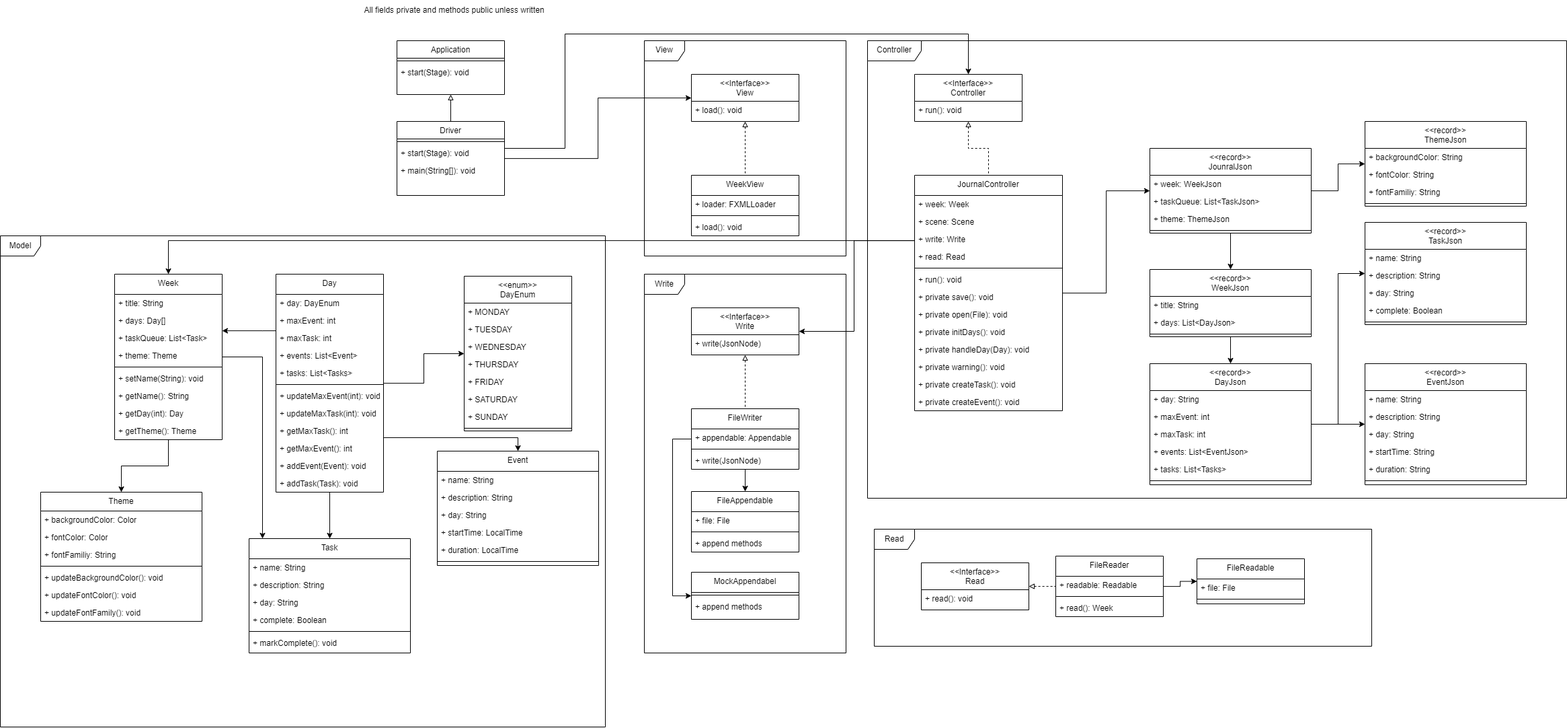
Earlier version of the draw.io export UML.png (akuatbekov23/BulletJournalApp). Source tidied: cells renumbered, new cells last; positions are measured from the earlier drawing's top-left corner, leaving out a move shared by most shapes.
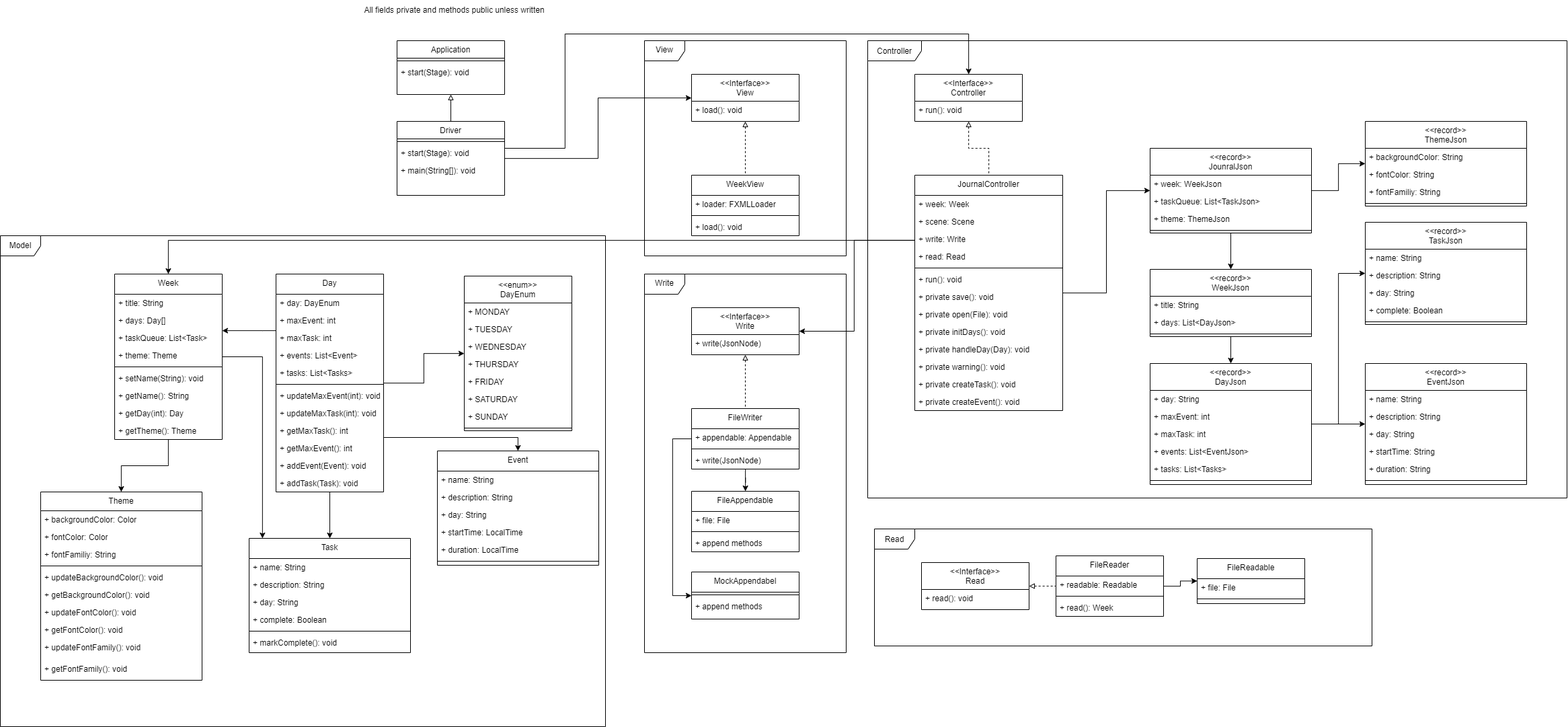
The same file after the commit.

Commit message:
UML Diagram

Diff of the diagram source:
```diff
@@ -530,7 +530,7 @@
       <mxGeometry y="56" width="160" height="8" as="geometry" />
     </mxCell>
     <mxCell id="164" value="Theme" style="swimlane;fontStyle=0;align=center;verticalAlign=top;horizontal=1;startSize=28;rounded=0;shadow=0;strokeWidth=1;" parent="1" vertex="1">
-      <mxGeometry x="60" y="731" width="240" height="192" as="geometry" />
+      <mxGeometry x="60" y="731" width="240" height="280" as="geometry" />
     </mxCell>
     <mxCell id="165" value="+ backgroundColor: Color" style="text;strokeColor=none;fillColor=none;align=left;verticalAlign=top;spacingLeft=4;spacingRight=4;overflow=hidden;whiteSpace=wrap;html=1;" parent="164" vertex="1">
       <mxGeometry y="28" width="240" height="26" as="geometry" />
@@ -547,11 +547,20 @@
     <mxCell id="169" value="+ updateBackgroundColor(): void" style="text;strokeColor=none;fillColor=none;align=left;verticalAlign=top;spacingLeft=4;spacingRight=4;overflow=hidden;whiteSpace=wrap;html=1;" parent="164" vertex="1">
       <mxGeometry y="114" width="240" height="26" as="geometry" />
     </mxCell>
+    <mxCell id="172" value="+ getBackgroundColor(): void" style="text;strokeColor=none;fillColor=none;align=left;verticalAlign=top;spacingLeft=4;spacingRight=4;overflow=hidden;whiteSpace=wrap;html=1;" parent="164" vertex="1">
+      <mxGeometry y="140" width="240" height="26" as="geometry" />
+    </mxCell>
     <mxCell id="170" value="+ updateFontColor(): void" style="text;strokeColor=none;fillColor=none;align=left;verticalAlign=top;spacingLeft=4;spacingRight=4;overflow=hidden;whiteSpace=wrap;html=1;" parent="164" vertex="1">
-      <mxGeometry y="140" width="240" height="26" as="geometry" />
+      <mxGeometry y="166" width="240" height="26" as="geometry" />
     </mxCell>
+    <mxCell id="173" value="+ getFontColor(): void" style="text;strokeColor=none;fillColor=none;align=left;verticalAlign=top;spacingLeft=4;spacingRight=4;overflow=hidden;whiteSpace=wrap;html=1;" parent="164" vertex="1">
+      <mxGeometry y="192" width="240" height="26" as="geometry" />
+    </mxCell>
+    <mxCell id="174" value="+ updateFontFamily(): void" style="text;strokeColor=none;fillColor=none;align=left;verticalAlign=top;spacingLeft=4;spacingRight=4;overflow=hidden;whiteSpace=wrap;html=1;" parent="164" vertex="1">
+      <mxGeometry y="218" width="240" height="32" as="geometry" />
+    </mxCell>
-    <mxCell id="171" value="+ updateFontFamily(): void" style="text;strokeColor=none;fillColor=none;align=left;verticalAlign=top;spacingLeft=4;spacingRight=4;overflow=hidden;whiteSpace=wrap;html=1;" parent="164" vertex="1">
-      <mxGeometry y="166" width="240" height="26" as="geometry" />
+    <mxCell id="171" value="+ getFontFamily(): void" style="text;strokeColor=none;fillColor=none;align=left;verticalAlign=top;spacingLeft=4;spacingRight=4;overflow=hidden;whiteSpace=wrap;html=1;" parent="164" vertex="1">
+      <mxGeometry y="250" width="240" height="30" as="geometry" />
     </mxCell>
   </root>
 </mxGraphModel>
```
